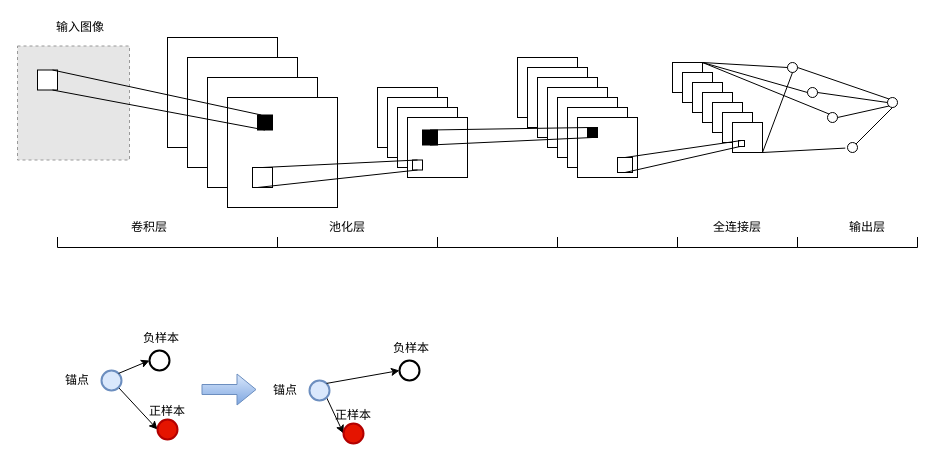
This is page "第 3 页" (3 of 5) of img/ResNet50结构图.drawio from xjhjinhui/Hydraplus_Net, a draw.io file, before an edit. Source tidied: cells renumbered, new cells numbered last; positions are measured from the earlier drawing's top-left corner, leaving out a move shared by most shapes. Both pictures are drawn from the tidied source at 100%, with x=0, y=0 at pixel (17, 17). Pictures stored in the file or linked from it are replaced by grey dashed boxes.
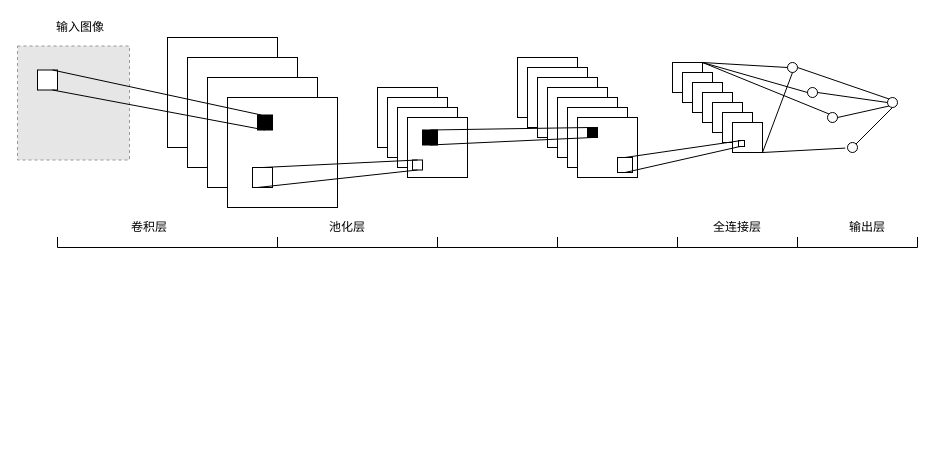
After the change.

Diff of the diagram source:
```diff
@@
-    <mxCell id="77" style="endArrow=classic;html=1;exitX=0.855;exitY=0.855;exitDx=0;exitDy=0;exitPerimeter=0;entryX=0;entryY=0.5;entryDx=0;entryDy=0;entryPerimeter=0;" parent="1" edge="1" source="85" target="82">
-      <mxGeometry relative="1" as="geometry" />
-    </mxCell>
-    <mxCell id="78" style="group;" parent="1" vertex="1">
-      <mxGeometry x="124" y="311" width="40" height="42" as="geometry" />
-    </mxCell>
-    <mxCell id="79" style="strokeWidth=2;html=1;shape=mxgraph.flowchart.start_2;whiteSpace=wrap;fillColor=none;" parent="78" vertex="1">
-      <mxGeometry x="8" y="22" width="20" height="20" as="geometry" />
-    </mxCell>
-    <mxCell id="80" value="负样本" style="text;html=1;strokeColor=none;fillColor=none;align=center;verticalAlign=middle;whiteSpace=wrap;rounded=0;" parent="78" vertex="1">
-      <mxGeometry width="40" height="20" as="geometry" />
-    </mxCell>
-    <mxCell id="81" style="group;" parent="1" vertex="1">
-      <mxGeometry x="130" y="384" width="40" height="38" as="geometry" />
-    </mxCell>
-    <mxCell id="82" style="strokeWidth=2;html=1;shape=mxgraph.flowchart.start_2;whiteSpace=wrap;fillColor=#e51400;strokeColor=#B20000;fontColor=#ffffff;" parent="81" vertex="1">
-      <mxGeometry x="10" y="18" width="20" height="20" as="geometry" />
-    </mxCell>
-    <mxCell id="83" value="正样本" style="text;html=1;strokeColor=none;fillColor=none;align=center;verticalAlign=middle;whiteSpace=wrap;rounded=0;" parent="81" vertex="1">
-      <mxGeometry width="40" height="20" as="geometry" />
-    </mxCell>
-    <mxCell id="84" style="group;" parent="1" vertex="1">
-      <mxGeometry x="40" y="353" width="64" height="20" as="geometry" />
-    </mxCell>
-    <mxCell id="85" style="strokeWidth=2;html=1;shape=mxgraph.flowchart.start_2;whiteSpace=wrap;fillColor=#dae8fc;strokeColor=#6c8ebf;" parent="84" vertex="1">
-      <mxGeometry x="44" width="20" height="20" as="geometry" />
-    </mxCell>
-    <mxCell id="86" value="锚点" style="text;html=1;strokeColor=none;fillColor=none;align=center;verticalAlign=middle;whiteSpace=wrap;rounded=0;" parent="84" vertex="1">
-      <mxGeometry width="40" height="20" as="geometry" />
-    </mxCell>
-    <mxCell id="87" style="endArrow=classic;html=1;exitX=0.855;exitY=0.145;exitDx=0;exitDy=0;exitPerimeter=0;entryX=0;entryY=0.5;entryDx=0;entryDy=0;entryPerimeter=0;" parent="1" edge="1" source="85" target="79">
-      <mxGeometry relative="1" as="geometry" />
-    </mxCell>
-    <mxCell id="88" style="endArrow=classic;html=1;exitX=0.855;exitY=0.855;exitDx=0;exitDy=0;exitPerimeter=0;entryX=0;entryY=0.5;entryDx=0;entryDy=0;entryPerimeter=0;" parent="1" edge="1" source="96" target="93">
-      <mxGeometry relative="1" as="geometry" />
-    </mxCell>
-    <mxCell id="89" style="group;" parent="1" vertex="1">
-      <mxGeometry x="374" y="321" width="40" height="42" as="geometry" />
-    </mxCell>
-    <mxCell id="90" style="strokeWidth=2;html=1;shape=mxgraph.flowchart.start_2;whiteSpace=wrap;fillColor=none;" parent="89" vertex="1">
-      <mxGeometry x="8" y="22" width="20" height="20" as="geometry" />
-    </mxCell>
-    <mxCell id="91" value="负样本" style="text;html=1;strokeColor=none;fillColor=none;align=center;verticalAlign=middle;whiteSpace=wrap;rounded=0;" parent="89" vertex="1">
-      <mxGeometry width="40" height="20" as="geometry" />
-    </mxCell>
-    <mxCell id="92" style="group;" parent="1" vertex="1">
-      <mxGeometry x="316" y="388" width="40" height="38" as="geometry" />
-    </mxCell>
-    <mxCell id="93" style="strokeWidth=2;html=1;shape=mxgraph.flowchart.start_2;whiteSpace=wrap;fillColor=#e51400;strokeColor=#B20000;fontColor=#ffffff;" parent="92" vertex="1">
-      <mxGeometry x="10" y="18" width="20" height="20" as="geometry" />
-    </mxCell>
-    <mxCell id="94" value="正样本" style="text;html=1;strokeColor=none;fillColor=none;align=center;verticalAlign=middle;whiteSpace=wrap;rounded=0;" parent="92" vertex="1">
-      <mxGeometry width="40" height="20" as="geometry" />
-    </mxCell>
-    <mxCell id="95" style="group;" parent="1" vertex="1">
-      <mxGeometry x="248" y="363" width="64" height="20" as="geometry" />
-    </mxCell>
-    <mxCell id="96" style="strokeWidth=2;html=1;shape=mxgraph.flowchart.start_2;whiteSpace=wrap;fillColor=#dae8fc;strokeColor=#6c8ebf;" parent="95" vertex="1">
-      <mxGeometry x="44" width="20" height="20" as="geometry" />
-    </mxCell>
-    <mxCell id="97" value="锚点" style="text;html=1;strokeColor=none;fillColor=none;align=center;verticalAlign=middle;whiteSpace=wrap;rounded=0;" parent="95" vertex="1">
-      <mxGeometry width="40" height="20" as="geometry" />
-    </mxCell>
-    <mxCell id="98" style="endArrow=classic;html=1;exitX=0.855;exitY=0.145;exitDx=0;exitDy=0;exitPerimeter=0;entryX=0;entryY=0.5;entryDx=0;entryDy=0;entryPerimeter=0;" parent="1" edge="1" source="96" target="90">
-      <mxGeometry relative="1" as="geometry" />
-    </mxCell>
-    <mxCell id="99" style="shape=flexArrow;endArrow=classic;html=1;fillColor=#dae8fc;strokeColor=#6c8ebf;gradientColor=#7ea6e0;" parent="1" edge="1">
-      <mxGeometry relative="1" as="geometry">
-        <mxPoint x="184" y="372" as="sourcePoint" />
-        <mxPoint x="239" y="372" as="targetPoint" />
-      </mxGeometry>
-    </mxCell>
```
